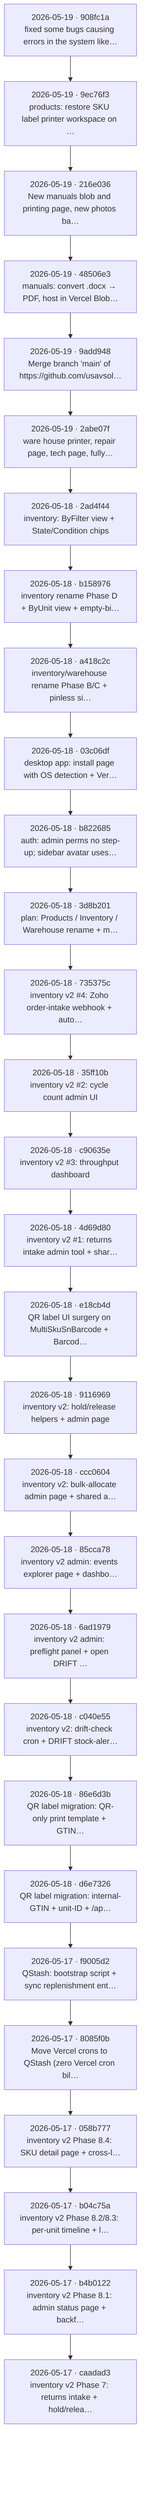
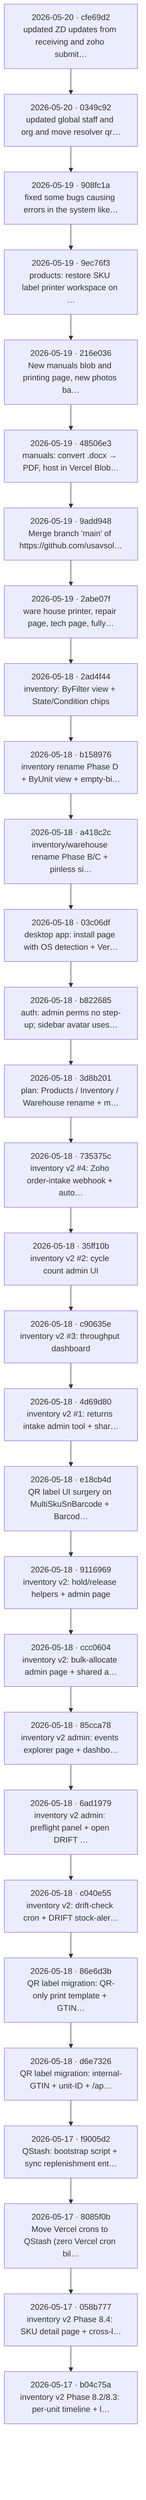
flowchart TB
-   c0["2026-05-19 · 908fc1a<br/>fixed some bugs causing errors in the system like…"]
-   c1["2026-05-19 · 9ec76f3<br/>products: restore SKU label printer workspace on …"]
+   c0["2026-05-20 · cfe69d2<br/>updated ZD updates from receiving and zoho submit…"]
+   c1["2026-05-20 · 0349c92<br/>updated global staff and org and move resolver qr…"]
  c0 --> c1
-   c2["2026-05-19 · 216e036<br/>New manuals blob and printing page, new photos ba…"]
+   c2["2026-05-19 · 908fc1a<br/>fixed some bugs causing errors in the system like…"]
  c1 --> c2
-   c3["2026-05-19 · 48506e3<br/>manuals: convert .docx → PDF, host in Vercel Blob…"]
+   c3["2026-05-19 · 9ec76f3<br/>products: restore SKU label printer workspace on …"]
  c2 --> c3
-   c4["2026-05-19 · 9add948<br/>Merge branch 'main' of https://github.com/usavsol…"]
+   c4["2026-05-19 · 216e036<br/>New manuals blob and printing page, new photos ba…"]
  c3 --> c4
-   c5["2026-05-19 · 2abe07f<br/>ware house printer, repair page, tech page, fully…"]
+   c5["2026-05-19 · 48506e3<br/>manuals: convert .docx → PDF, host in Vercel Blob…"]
  c4 --> c5
-   c6["2026-05-18 · 2ad4f44<br/>inventory: ByFilter view + State/Condition chips"]
+   c6["2026-05-19 · 9add948<br/>Merge branch 'main' of https://github.com/usavsol…"]
  c5 --> c6
-   c7["2026-05-18 · b158976<br/>inventory rename Phase D + ByUnit view + empty-bi…"]
+   c7["2026-05-19 · 2abe07f<br/>ware house printer, repair page, tech page, fully…"]
  c6 --> c7
-   c8["2026-05-18 · a418c2c<br/>inventory/warehouse rename Phase B/C + pinless si…"]
+   c8["2026-05-18 · 2ad4f44<br/>inventory: ByFilter view + State/Condition chips"]
  c7 --> c8
-   c9["2026-05-18 · 03c06df<br/>desktop app: install page with OS detection + Ver…"]
+   c9["2026-05-18 · b158976<br/>inventory rename Phase D + ByUnit view + empty-bi…"]
  c8 --> c9
-   c10["2026-05-18 · b822685<br/>auth: admin perms no step-up; sidebar avatar uses…"]
+   c10["2026-05-18 · a418c2c<br/>inventory/warehouse rename Phase B/C + pinless si…"]
  c9 --> c10
-   c11["2026-05-18 · 3d8b201<br/>plan: Products / Inventory / Warehouse rename + m…"]
+   c11["2026-05-18 · 03c06df<br/>desktop app: install page with OS detection + Ver…"]
  c10 --> c11
-   c12["2026-05-18 · 735375c<br/>inventory v2 #4: Zoho order-intake webhook + auto…"]
+   c12["2026-05-18 · b822685<br/>auth: admin perms no step-up; sidebar avatar uses…"]
  c11 --> c12
-   c13["2026-05-18 · 35ff10b<br/>inventory v2 #2: cycle count admin UI"]
+   c13["2026-05-18 · 3d8b201<br/>plan: Products / Inventory / Warehouse rename + m…"]
  c12 --> c13
-   c14["2026-05-18 · c90635e<br/>inventory v2 #3: throughput dashboard"]
+   c14["2026-05-18 · 735375c<br/>inventory v2 #4: Zoho order-intake webhook + auto…"]
  c13 --> c14
-   c15["2026-05-18 · 4d69d80<br/>inventory v2 #1: returns intake admin tool + shar…"]
+   c15["2026-05-18 · 35ff10b<br/>inventory v2 #2: cycle count admin UI"]
  c14 --> c15
-   c16["2026-05-18 · e18cb4d<br/>QR label UI surgery on MultiSkuSnBarcode + Barcod…"]
+   c16["2026-05-18 · c90635e<br/>inventory v2 #3: throughput dashboard"]
  c15 --> c16
-   c17["2026-05-18 · 9116969<br/>inventory v2: hold/release helpers + admin page"]
+   c17["2026-05-18 · 4d69d80<br/>inventory v2 #1: returns intake admin tool + shar…"]
  c16 --> c17
-   c18["2026-05-18 · ccc0604<br/>inventory v2: bulk-allocate admin page + shared a…"]
+   c18["2026-05-18 · e18cb4d<br/>QR label UI surgery on MultiSkuSnBarcode + Barcod…"]
  c17 --> c18
-   c19["2026-05-18 · 85cca78<br/>inventory v2 admin: events explorer page + dashbo…"]
+   c19["2026-05-18 · 9116969<br/>inventory v2: hold/release helpers + admin page"]
  c18 --> c19
-   c20["2026-05-18 · 6ad1979<br/>inventory v2 admin: preflight panel + open DRIFT …"]
+   c20["2026-05-18 · ccc0604<br/>inventory v2: bulk-allocate admin page + shared a…"]
  c19 --> c20
-   c21["2026-05-18 · c040e55<br/>inventory v2: drift-check cron + DRIFT stock-aler…"]
+   c21["2026-05-18 · 85cca78<br/>inventory v2 admin: events explorer page + dashbo…"]
  c20 --> c21
-   c22["2026-05-18 · 86e6d3b<br/>QR label migration: QR-only print template + GTIN…"]
+   c22["2026-05-18 · 6ad1979<br/>inventory v2 admin: preflight panel + open DRIFT …"]
  c21 --> c22
-   c23["2026-05-18 · d6e7326<br/>QR label migration: internal-GTIN + unit-ID + /ap…"]
+   c23["2026-05-18 · c040e55<br/>inventory v2: drift-check cron + DRIFT stock-aler…"]
  c22 --> c23
-   c24["2026-05-17 · f9005d2<br/>QStash: bootstrap script + sync replenishment ent…"]
+   c24["2026-05-18 · 86e6d3b<br/>QR label migration: QR-only print template + GTIN…"]
  c23 --> c24
-   c25["2026-05-17 · 8085f0b<br/>Move Vercel crons to QStash (zero Vercel cron bil…"]
+   c25["2026-05-18 · d6e7326<br/>QR label migration: internal-GTIN + unit-ID + /ap…"]
  c24 --> c25
-   c26["2026-05-17 · 058b777<br/>inventory v2 Phase 8.4: SKU detail page + cross-l…"]
+   c26["2026-05-17 · f9005d2<br/>QStash: bootstrap script + sync replenishment ent…"]
  c25 --> c26
-   c27["2026-05-17 · b04c75a<br/>inventory v2 Phase 8.2/8.3: per-unit timeline + l…"]
+   c27["2026-05-17 · 8085f0b<br/>Move Vercel crons to QStash (zero Vercel cron bil…"]
  c26 --> c27
-   c28["2026-05-17 · b4b0122<br/>inventory v2 Phase 8.1: admin status page + backf…"]
+   c28["2026-05-17 · 058b777<br/>inventory v2 Phase 8.4: SKU detail page + cross-l…"]
  c27 --> c28
-   c29["2026-05-17 · caadad3<br/>inventory v2 Phase 7: returns intake + hold/relea…"]
+   c29["2026-05-17 · b04c75a<br/>inventory v2 Phase 8.2/8.3: per-unit timeline + l…"]
  c28 --> c29